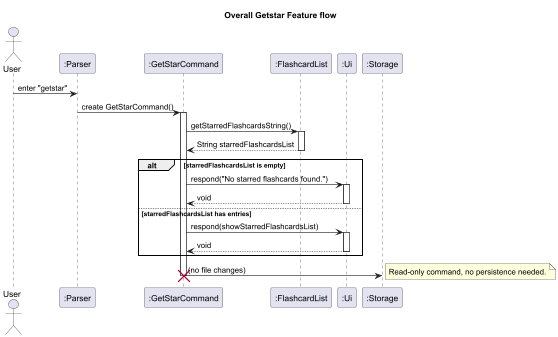
Earlier version of the PlantUML export docs/images/GetStarFeature_Overall.png (ashutoshalung/tp).
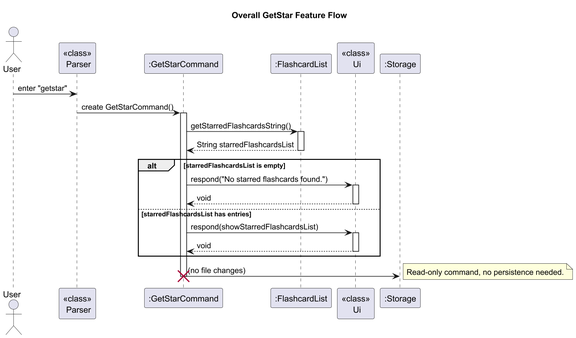
Above is the later version.

The edit, as a diff of the source:
```diff
@@ -1,11 +1,13 @@
 @startuml
-title Overall Getstar Feature flow
+title Overall GetStar Feature Flow
+
+skinparam dpi 300
 
 actor User
-participant ":Parser" as parser
+participant "<<class>>\n Parser" as parser
 participant ":GetStarCommand" as getStarCommand
 participant ":FlashcardList" as flashcardList
-participant ":Ui" as ui
+participant "<<class>>\n Ui" as ui
 participant ":Storage" as storage
 
 User -> parser : enter "getstar"
@@ -18,15 +20,15 @@
 deactivate flashcardList
 
 alt starredFlashcardsList is empty
-    getStarCommand -> ui : respond("No starred flashcards found.")
-    activate ui
-    ui --> getStarCommand : void
-    deactivate ui
+getStarCommand -> ui : respond("No starred flashcards found.")
+activate ui
+ui --> getStarCommand : void
+deactivate ui
 else starredFlashcardsList has entries
-    getStarCommand -> ui : respond(showStarredFlashcardsList)
-    activate ui
-    ui --> getStarCommand : void
-    deactivate ui
+getStarCommand -> ui : respond(showStarredFlashcardsList)
+activate ui
+ui --> getStarCommand : void
+deactivate ui
 end
 
 getStarCommand -> storage : (no file changes)
```
